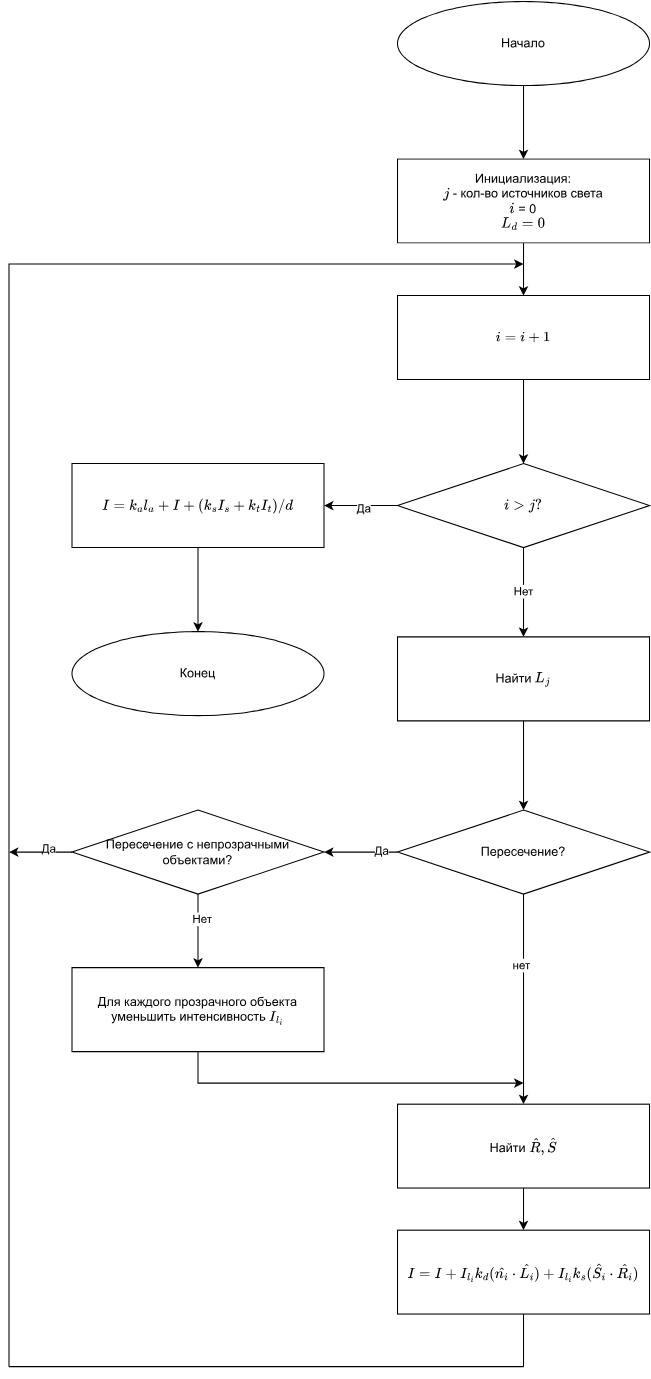
Above: docs/images/Yuitted_model.svg in needsomesleeptd/cg_course (draw.io), before the change. Source tidied: cells renumbered, new cells last; positions are measured from the earlier drawing's top-left corner, leaving out a move shared by most shapes.
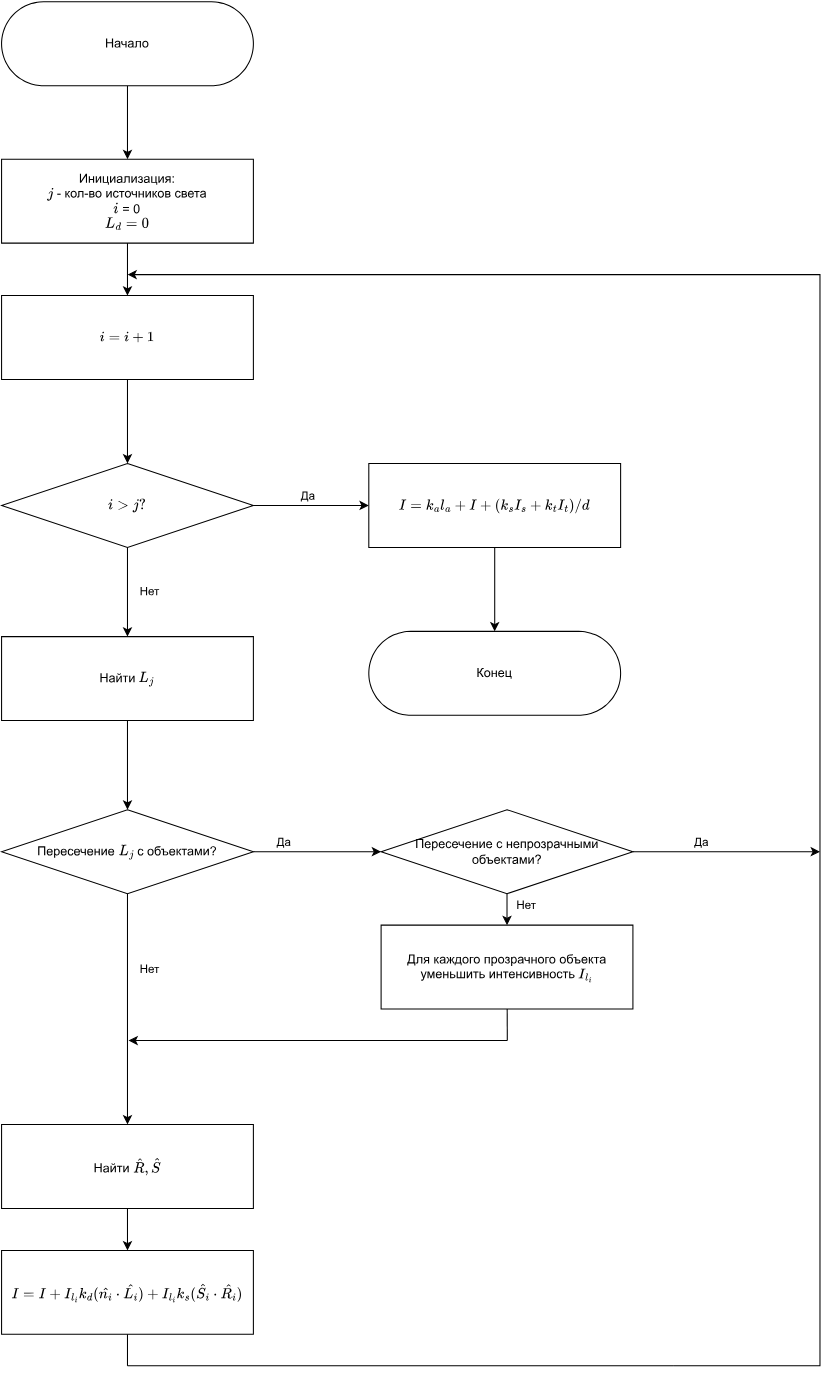
Later version of the same file.

What changed in the source:
```diff
@@ -2,12 +2,6 @@
   <root>
     <mxCell id="0" />
     <mxCell id="1" parent="0" />
-    <mxCell id="2" value="Начало" style="ellipse;whiteSpace=wrap;html=1;" parent="1" vertex="1">
-      <mxGeometry x="370" width="240" height="80" as="geometry" />
-    </mxCell>
-    <mxCell id="3" value="Конец" style="ellipse;whiteSpace=wrap;html=1;" parent="1" vertex="1">
-      <mxGeometry x="60" y="600" width="240" height="80" as="geometry" />
-    </mxCell>
     <mxCell id="4" value="Инициализация:&lt;br&gt;\(j\) - кол-во источников света&lt;br&gt;\(i\) = 0&lt;br&gt;\(L_d = 0\)" style="rounded=0;whiteSpace=wrap;html=1;" parent="1" vertex="1">
       <mxGeometry x="370" y="150" width="240" height="80" as="geometry" />
     </mxCell>
@@ -21,19 +15,23 @@
       <mxGeometry relative="1" as="geometry" />
     </mxCell>
     <mxCell id="8" value="Да" style="edgeLabel;html=1;align=center;verticalAlign=middle;" parent="7" vertex="1">
-      <mxGeometry x="-0.07" y="2" relative="1" as="geometry" />
+      <mxGeometry x="-0.07" y="2" relative="1" as="geometry">
+        <mxPoint y="-8" as="offset" />
+      </mxGeometry>
     </mxCell>
     <mxCell id="9" style="edgeStyle=orthogonalEdgeStyle;rounded=0;jettySize=auto;html=1;" parent="1" edge="1" source="11" target="14">
       <mxGeometry relative="1" as="geometry" />
     </mxCell>
     <mxCell id="10" value="Нет" style="edgeLabel;html=1;align=center;verticalAlign=middle;" parent="9" vertex="1">
-      <mxGeometry x="-0.03" y="-1" relative="1" as="geometry" />
+      <mxGeometry x="-0.03" y="-1" relative="1" as="geometry">
+        <mxPoint x="21" as="offset" />
+      </mxGeometry>
     </mxCell>
     <mxCell id="11" value="\(i &amp;gt; j?\)" style="rhombus;whiteSpace=wrap;html=1;rounded=0;" parent="1" vertex="1">
       <mxGeometry x="370" y="440" width="240" height="80" as="geometry" />
     </mxCell>
     <mxCell id="12" value="\(I = k_al_a + I&amp;nbsp; + (k_sI_s+k_tI_t) / d\)" style="whiteSpace=wrap;html=1;rounded=0;" parent="1" vertex="1">
-      <mxGeometry x="60" y="440" width="240" height="80" as="geometry" />
+      <mxGeometry x="720" y="440" width="240" height="80" as="geometry" />
     </mxCell>
     <mxCell id="13" style="edgeStyle=orthogonalEdgeStyle;rounded=0;jettySize=auto;html=1;" parent="1" edge="1" source="14" target="17">
       <mxGeometry relative="1" as="geometry" />
@@ -45,34 +43,40 @@
       <mxGeometry relative="1" as="geometry" />
     </mxCell>
     <mxCell id="16" value="Да" style="edgeLabel;html=1;align=center;verticalAlign=middle;" parent="15" vertex="1">
-      <mxGeometry x="-0.55" y="-2" relative="1" as="geometry" />
+      <mxGeometry x="-0.55" y="-2" relative="1" as="geometry">
+        <mxPoint y="-12" as="offset" />
+      </mxGeometry>
     </mxCell>
-    <mxCell id="17" value="Пересечение?" style="rhombus;whiteSpace=wrap;html=1;rounded=0;" parent="1" vertex="1">
+    <mxCell id="17" value="Пересечение&amp;nbsp;\(L_j\) с объектами?" style="rhombus;whiteSpace=wrap;html=1;rounded=0;" parent="1" vertex="1">
       <mxGeometry x="370" y="770" width="240" height="80" as="geometry" />
     </mxCell>
     <mxCell id="18" value="Пересечение с непрозрачными объектами?" style="rhombus;whiteSpace=wrap;html=1;rounded=0;" parent="1" vertex="1">
-      <mxGeometry x="60" y="770" width="240" height="80" as="geometry" />
+      <mxGeometry x="731.7" y="770" width="240" height="80" as="geometry" />
     </mxCell>
     <mxCell id="19" value="Для каждого прозрачного объекта уменьшить интенсивность \(I_{l_{i}}\)" style="rounded=0;whiteSpace=wrap;html=1;" parent="1" vertex="1">
-      <mxGeometry x="60" y="920" width="240" height="80" as="geometry" />
+      <mxGeometry x="731.7" y="880" width="240" height="80" as="geometry" />
     </mxCell>
     <mxCell id="20" style="endArrow=classic;html=1;rounded=0;" parent="1" edge="1" source="4" target="6">
       <mxGeometry relative="1" as="geometry" />
     </mxCell>
-    <mxCell id="21" style="endArrow=classic;html=1;rounded=0;" parent="1" edge="1" source="2" target="4">
-      <mxGeometry relative="1" as="geometry" />
+    <mxCell id="21" style="endArrow=classic;html=1;rounded=0;" parent="1" edge="1" target="4">
+      <mxGeometry relative="1" as="geometry">
+        <mxPoint x="490" y="80" as="sourcePoint" />
+      </mxGeometry>
     </mxCell>
     <mxCell id="22" style="endArrow=classic;html=1;rounded=0;exitX=0.5;exitY=1;exitDx=0;exitDy=0;" parent="1" edge="1" source="18" target="19">
       <mxGeometry relative="1" as="geometry" />
     </mxCell>
     <mxCell id="23" value="Нет" style="edgeLabel;html=1;align=center;verticalAlign=middle;" parent="22" vertex="1">
-      <mxGeometry x="-0.34" y="3" relative="1" as="geometry" />
+      <mxGeometry x="-0.34" y="3" relative="1" as="geometry">
+        <mxPoint x="15" as="offset" />
+      </mxGeometry>
     </mxCell>
     <mxCell id="24" value="Найти \(\hat{R} , \hat{S}\)" style="rounded=0;whiteSpace=wrap;html=1;" parent="1" vertex="1">
-      <mxGeometry x="370" y="1050" width="240" height="80" as="geometry" />
+      <mxGeometry x="370" y="1070" width="240" height="80" as="geometry" />
     </mxCell>
     <mxCell id="25" value="\(I = I&amp;nbsp; + I_{l_{i}}k_d(\hat{n_i} \cdot \hat{L_i}) + I_{l_{i}}k_s(\hat{S_i} \cdot \hat{R_i})\)" style="whiteSpace=wrap;html=1;rounded=0;" parent="1" vertex="1">
-      <mxGeometry x="370" y="1170" width="240" height="80" as="geometry" />
+      <mxGeometry x="370" y="1190" width="240" height="80" as="geometry" />
     </mxCell>
     <mxCell id="26" style="endArrow=classic;html=1;rounded=0;" parent="1" edge="1" source="24" target="25">
       <mxGeometry relative="1" as="geometry" />
@@ -80,17 +84,11 @@
     <mxCell id="27" style="endArrow=classic;html=1;rounded=0;" parent="1" edge="1" source="17" target="24">
       <mxGeometry relative="1" as="geometry" />
     </mxCell>
-    <mxCell id="28" value="нет" style="edgeLabel;html=1;align=center;verticalAlign=middle;" parent="27" vertex="1">
-      <mxGeometry x="-0.33" y="-3" relative="1" as="geometry" />
+    <mxCell id="28" value="Нет" style="edgeLabel;html=1;align=center;verticalAlign=middle;" parent="27" vertex="1">
+      <mxGeometry x="-0.33" y="-3" relative="1" as="geometry">
+        <mxPoint x="23" y="-3" as="offset" />
+      </mxGeometry>
     </mxCell>
-    <mxCell id="29" style="endArrow=classic;html=1;rounded=0;exitX=0.5;exitY=1;exitDx=0;exitDy=0;edgeStyle=elbowEdgeStyle;endFill=1;" parent="1" edge="1" source="19">
-      <mxGeometry relative="1" as="geometry">
-        <mxPoint x="490" y="1030" as="targetPoint" />
-        <Array as="points">
-          <mxPoint x="180" y="1050" />
-        </Array>
-      </mxGeometry>
-    </mxCell>
     <mxCell id="30" style="endArrow=none;html=1;rounded=0;exitX=0.5;exitY=1;exitDx=0;exitDy=0;endFill=0;" parent="1" edge="1" source="25">
       <mxGeometry relative="1" as="geometry">
         <mxPoint x="490" y="1300" as="targetPoint" />
@@ -99,28 +97,47 @@
     <mxCell id="31" style="endArrow=none;html=1;rounded=0;endFill=0;" parent="1" edge="1">
       <mxGeometry relative="1" as="geometry">
         <mxPoint x="490" y="1300" as="sourcePoint" />
-        <mxPoint y="1300" as="targetPoint" />
+        <mxPoint x="1010" y="1300" as="targetPoint" />
       </mxGeometry>
     </mxCell>
     <mxCell id="32" style="endArrow=classic;html=1;rounded=0;endFill=1;edgeStyle=elbowEdgeStyle;" parent="1" edge="1">
       <mxGeometry relative="1" as="geometry">
-        <mxPoint y="1300" as="sourcePoint" />
-        <mxPoint x="490" y="250" as="targetPoint" />
+        <mxPoint x="1010" y="1300" as="sourcePoint" />
+        <mxPoint x="490" y="260" as="targetPoint" />
         <Array as="points">
-          <mxPoint y="710" />
+          <mxPoint x="1150" y="780" />
         </Array>
       </mxGeometry>
     </mxCell>
-    <mxCell id="33" style="endArrow=classic;html=1;rounded=0;exitX=0.5;exitY=1;exitDx=0;exitDy=0;entryX=0.5;entryY=0;entryDx=0;entryDy=0;" parent="1" edge="1" source="12" target="3">
+    <mxCell id="33" style="endArrow=classic;html=1;rounded=0;exitX=0.5;exitY=1;exitDx=0;exitDy=0;" parent="1" edge="1" source="12" target="3">
       <mxGeometry relative="1" as="geometry" />
     </mxCell>
-    <mxCell id="34" style="endArrow=classic;html=1;rounded=0;exitX=0;exitY=0.5;exitDx=0;exitDy=0;" parent="1" edge="1" source="18">
-      <mxGeometry relative="1" as="geometry">
-        <mxPoint y="810" as="targetPoint" />
-      </mxGeometry>
-    </mxCell>
+    <mxCell id="36" style="endArrow=none;html=1;rounded=0;elbow=vertical;endFill=0;" parent="1" edge="1" source="19">
+      <mxGeometry relative="1" as="geometry">
+        <mxPoint x="852" y="990" as="targetPoint" />
+      </mxGeometry>
+    </mxCell>
+    <mxCell id="37" style="endArrow=classic;html=1;rounded=0;" parent="1" edge="1">
+      <mxGeometry relative="1" as="geometry">
+        <mxPoint x="852" y="990" as="sourcePoint" />
+        <mxPoint x="491" y="990" as="targetPoint" />
+      </mxGeometry>
+    </mxCell>
+    <mxCell id="38" style="edgeStyle=orthogonalEdgeStyle;rounded=0;jettySize=auto;html=1;" parent="1" edge="1" source="18">
+      <mxGeometry relative="1" as="geometry">
+        <mxPoint x="1150" y="810" as="targetPoint" />
+      </mxGeometry>
+    </mxCell>
-    <mxCell id="35" value="Да" style="edgeLabel;html=1;align=center;verticalAlign=middle;" parent="34" vertex="1">
-      <mxGeometry x="-0.22" y="-4" relative="1" as="geometry" />
+    <mxCell id="35" value="Да" style="edgeLabel;html=1;align=center;verticalAlign=middle;" parent="38" vertex="1">
+      <mxGeometry x="-0.27" y="-1" relative="1" as="geometry">
+        <mxPoint y="-11" as="offset" />
+      </mxGeometry>
     </mxCell>
+    <mxCell id="2" value="Начало" style="rounded=1;whiteSpace=wrap;html=1;arcSize=50;" parent="1" vertex="1">
+      <mxGeometry x="370" width="240" height="80" as="geometry" />
+    </mxCell>
+    <mxCell id="3" value="Конец" style="rounded=1;whiteSpace=wrap;html=1;arcSize=50;" parent="1" vertex="1">
+      <mxGeometry x="720" y="600" width="240" height="80" as="geometry" />
+    </mxCell>
   </root>
 </mxGraphModel>
```
